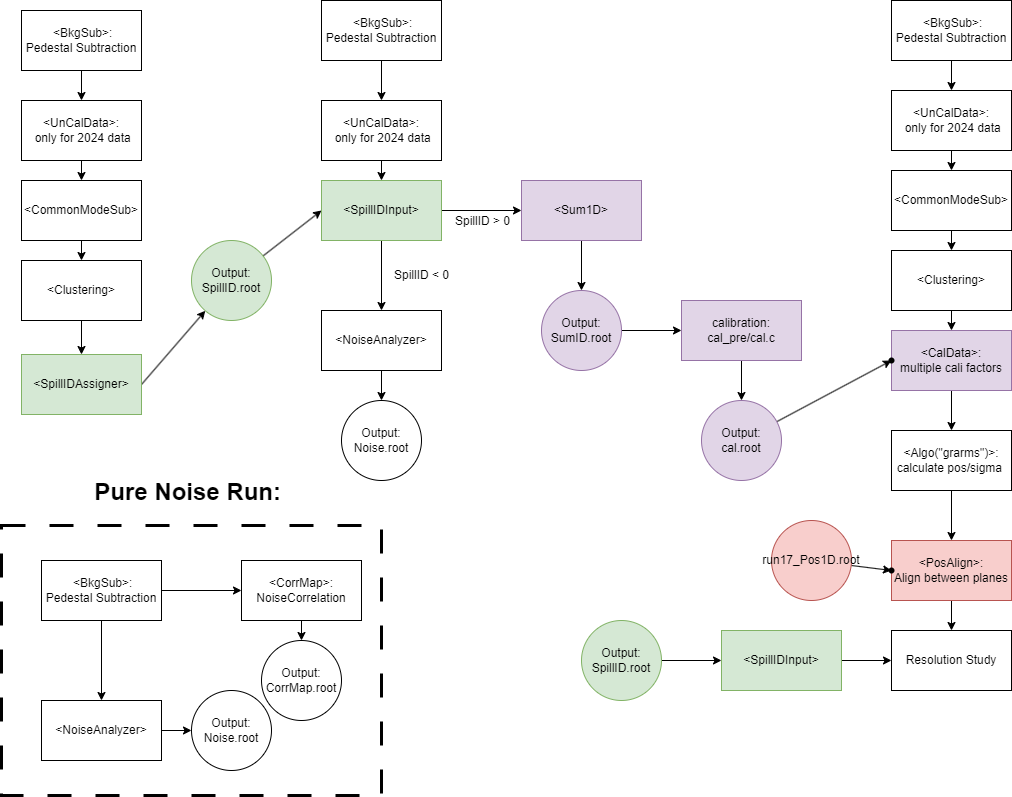
Above: doc/data_analyse.drawio.png in Frosch-Qin/HITPAT_data_analyse_2024_08_08 (draw.io), before the change. Source tidied: cells renumbered, new cells last; positions are measured from the earlier drawing's top-left corner, leaving out a move shared by most shapes.
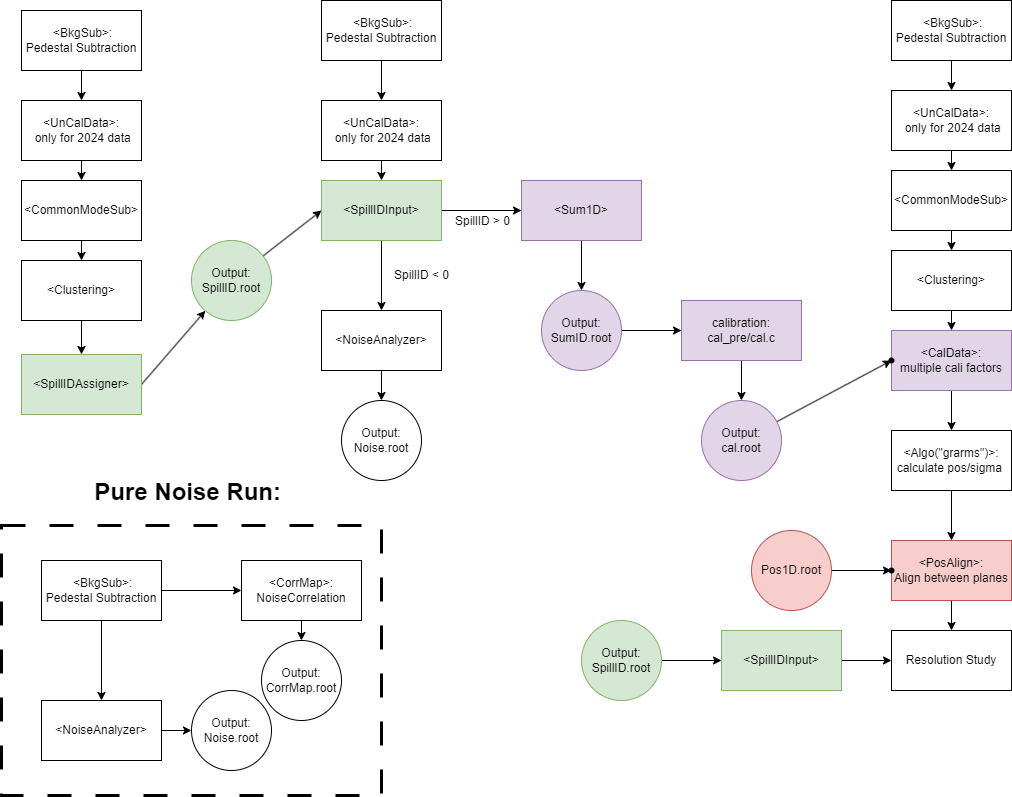
After the commit.

Diff of the diagram source:
```diff
@@ -159,8 +159,8 @@
     <mxCell id="52" style="edgeStyle=none;html=1;" parent="1" edge="1" source="53" target="54">
       <mxGeometry relative="1" as="geometry" />
     </mxCell>
-    <mxCell id="53" value="run17_Pos1D.root" style="ellipse;whiteSpace=wrap;html=1;rounded=0;fillColor=#f8cecc;strokeColor=#b85450;" parent="1" vertex="1">
-      <mxGeometry x="770" y="520" width="80" height="80" as="geometry" />
+    <mxCell id="53" value="Pos1D.root" style="ellipse;whiteSpace=wrap;html=1;rounded=0;fillColor=#f8cecc;strokeColor=#b85450;" parent="1" vertex="1">
+      <mxGeometry x="750" y="530" width="80" height="80" as="geometry" />
     </mxCell>
     <mxCell id="54" style="shape=waypoint;sketch=0;size=6;points=[];fillColor=default;perimeter=centerPerimeter;snapToPoint=1;rounded=0;" parent="1" vertex="1">
       <mxGeometry x="880" y="560" width="20" height="20" as="geometry" />
```
